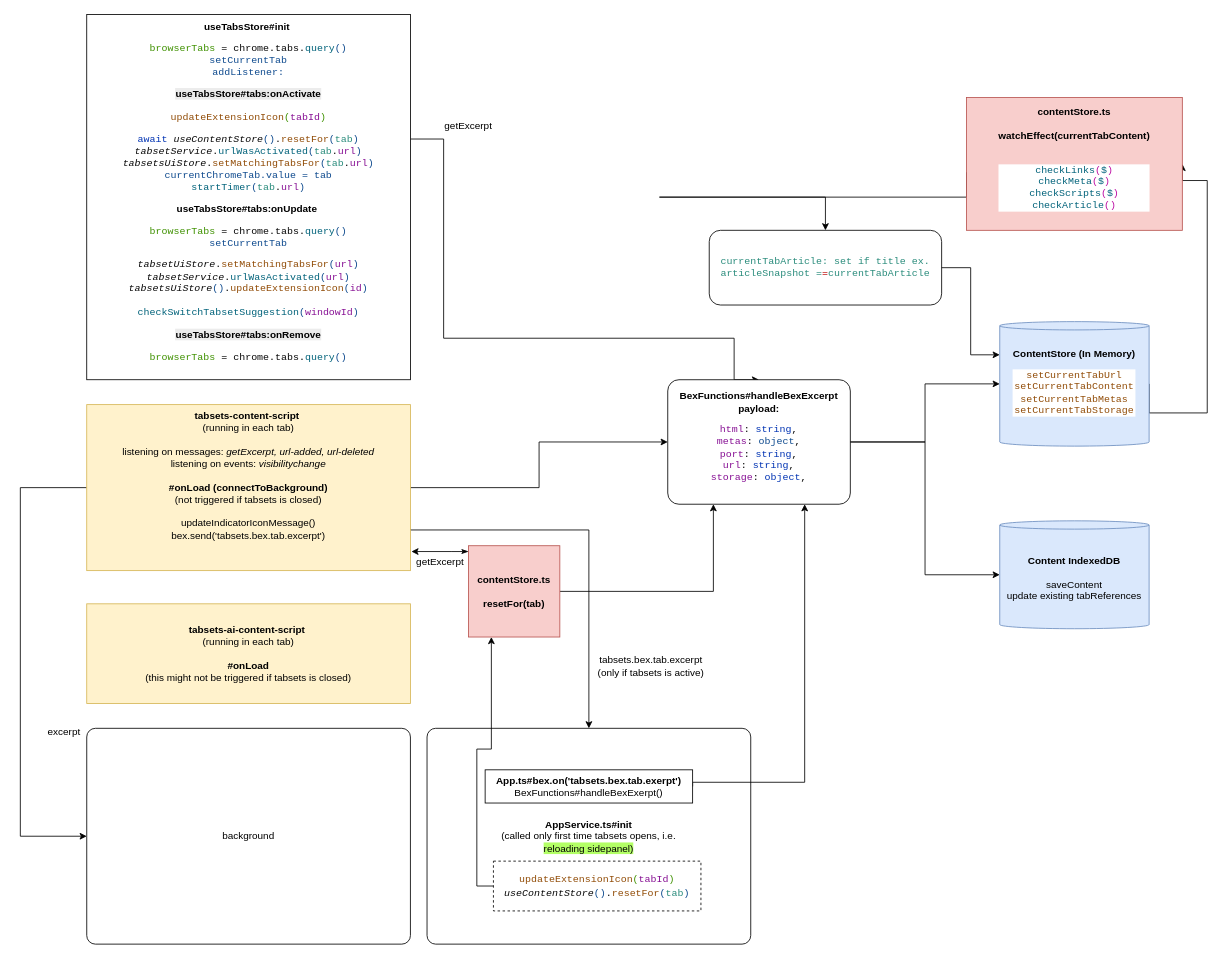
This is docs/drawio/contentStore.drawio from evandor/tabsets, a draw.io file, before an edit. Source tidied: cells renumbered, new cells numbered last; positions are measured from the earlier drawing's top-left corner, leaving out a move shared by most shapes. Both pictures are drawn from the tidied source at 83%, with x=0, y=0 at pixel (20, 14).
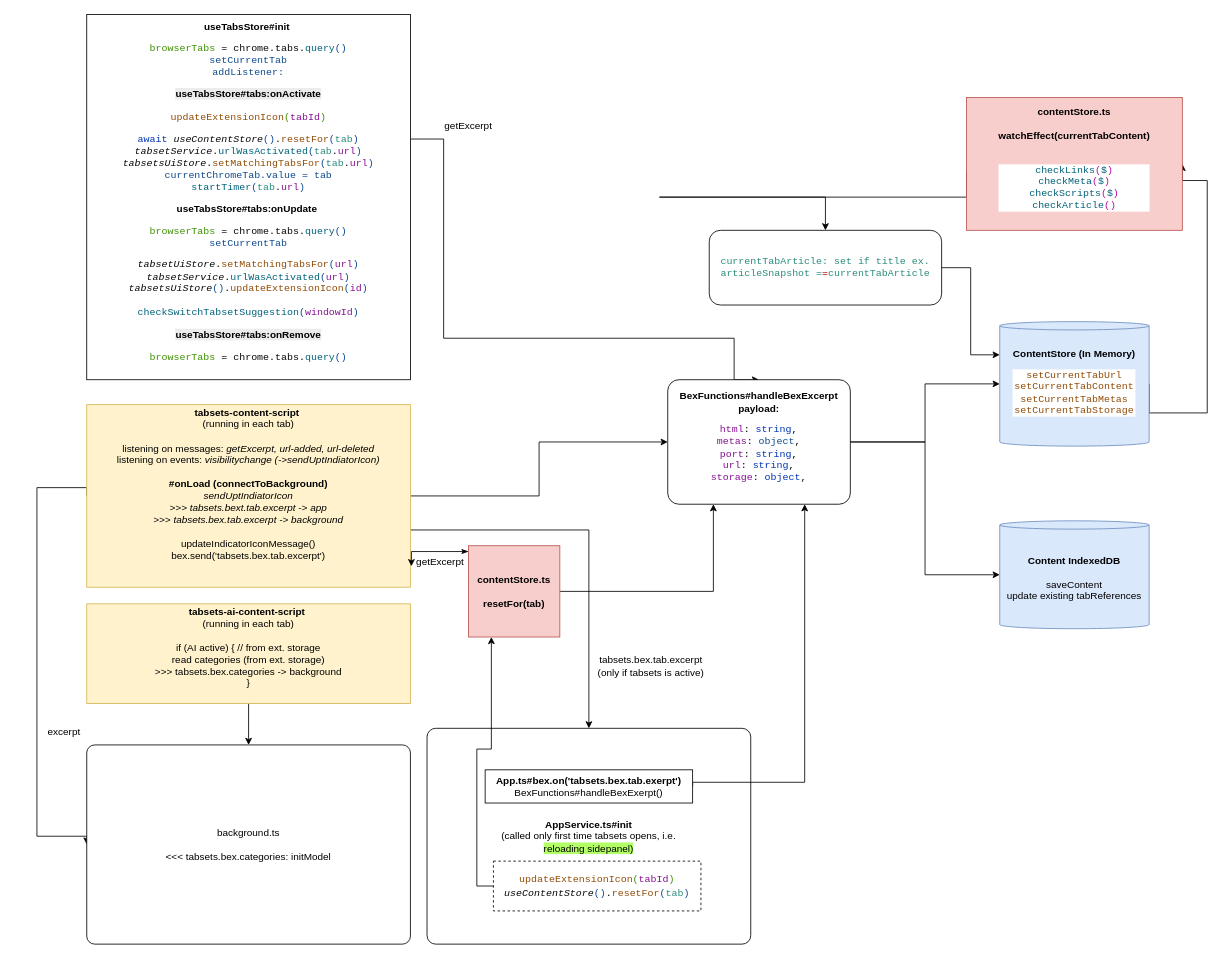
After the change.

The edit, as a diff of the source:
```diff
@@
     <mxCell id="4" style="edgeStyle=orthogonalEdgeStyle;rounded=0;jettySize=auto;html=1;entryX=0;entryY=0.5;entryDx=0;entryDy=0;exitX=0;exitY=0.5;exitDx=0;exitDy=0;" parent="1" edge="1" source="5" target="6">
       <mxGeometry relative="1" as="geometry">
         <Array as="points">
-          <mxPoint y="570" />
-          <mxPoint y="990" />
+          <mxPoint x="20" y="570" />
+          <mxPoint x="20" y="990" />
         </Array>
       </mxGeometry>
     </mxCell>
-    <mxCell id="5" value="&lt;b&gt;tabsets-content-script&amp;nbsp;&lt;/b&gt;&lt;br&gt;(running in each tab)&lt;div&gt;&lt;br&gt;&lt;/div&gt;&lt;div&gt;listening on messages: &lt;i&gt;getExcerpt, url-added, url-deleted&lt;/i&gt;&lt;br&gt;listening on events: &lt;i&gt;visibilitychange&lt;/i&gt;&lt;br&gt;&lt;div&gt;&lt;b&gt;&lt;br&gt;&lt;/b&gt;&lt;/div&gt;&lt;div&gt;&lt;b&gt;#onLoad (connectToBackground)&lt;/b&gt;&lt;/div&gt;&lt;div&gt;(not triggered if tabsets is closed)&lt;br&gt;&lt;br&gt;updateIndicatorIconMessage()&lt;/div&gt;&lt;div&gt;bex.send('tabsets.bex.tab.excerpt')&lt;/div&gt;&lt;div&gt;&lt;b&gt;&lt;br&gt;&lt;/b&gt;&lt;/div&gt;&lt;div&gt;&lt;br&gt;&lt;/div&gt;&lt;/div&gt;" style="rounded=0;whiteSpace=wrap;html=1;fillColor=#fff2cc;strokeColor=#d6b656;" parent="1" vertex="1">
-      <mxGeometry x="80" y="470" width="390" height="200" as="geometry" />
+    <mxCell id="5" value="&lt;b&gt;tabsets-content-script&amp;nbsp;&lt;/b&gt;&lt;br&gt;(running in each tab)&lt;div&gt;&lt;br&gt;&lt;/div&gt;&lt;div&gt;listening on messages: &lt;i&gt;getExcerpt, url-added, url-deleted&lt;/i&gt;&lt;br&gt;listening on events: &lt;i&gt;visibilitychange (-&amp;gt;sendUptIndiatorIcon)&lt;/i&gt;&lt;br&gt;&lt;div&gt;&lt;b&gt;&lt;br&gt;&lt;/b&gt;&lt;/div&gt;&lt;div&gt;&lt;b&gt;#onLoad (connectToBackground)&lt;/b&gt;&lt;/div&gt;&lt;div&gt;&lt;i&gt;sendUptIndiatorIcon&lt;/i&gt;&lt;/div&gt;&lt;div&gt;&lt;i&gt;&amp;gt;&amp;gt;&amp;gt; tabsets.bext.tab.excerpt -&amp;gt; app&lt;/i&gt;&lt;/div&gt;&lt;div&gt;&lt;i&gt;&amp;gt;&amp;gt;&amp;gt; tabsets.bex.tab.excerpt -&amp;gt; background&lt;br&gt;&lt;/i&gt;&lt;br&gt;updateIndicatorIconMessage()&lt;/div&gt;&lt;div&gt;bex.send('tabsets.bex.tab.excerpt')&lt;/div&gt;&lt;div&gt;&lt;b&gt;&lt;br&gt;&lt;/b&gt;&lt;/div&gt;&lt;div&gt;&lt;br&gt;&lt;/div&gt;&lt;/div&gt;" style="rounded=0;whiteSpace=wrap;html=1;fillColor=#fff2cc;strokeColor=#d6b656;" parent="1" vertex="1">
+      <mxGeometry x="80" y="470" width="390" height="220" as="geometry" />
     </mxCell>
-    <mxCell id="6" value="background" style="rounded=1;whiteSpace=wrap;html=1;arcSize=4;" parent="1" vertex="1">
-      <mxGeometry x="80" y="860" width="390" height="260" as="geometry" />
+    <mxCell id="6" value="background.ts&lt;div&gt;&lt;br&gt;&lt;/div&gt;&lt;div&gt;&amp;lt;&amp;lt;&amp;lt; tabsets.bex.categories: initModel&lt;/div&gt;" style="rounded=1;whiteSpace=wrap;html=1;arcSize=4;" parent="1" vertex="1">
+      <mxGeometry x="80" y="880" width="390" height="240" as="geometry" />
     </mxCell>
@@
+    <mxCell id="32" style="edgeStyle=orthogonalEdgeStyle;rounded=0;jettySize=auto;html=1;entryX=0.5;entryY=0;entryDx=0;entryDy=0;" parent="1" edge="1" source="20" target="6">
+      <mxGeometry relative="1" as="geometry" />
+    </mxCell>
-    <mxCell id="20" value="&lt;b&gt;tabsets-ai-content-script&amp;nbsp;&lt;/b&gt;&lt;br&gt;(running in each tab)&lt;br&gt;&lt;div&gt;&lt;b&gt;&lt;br&gt;&lt;/b&gt;&lt;/div&gt;&lt;div&gt;&lt;b&gt;#onLoad&lt;/b&gt;&lt;/div&gt;&lt;div&gt;(this might not be triggered if tabsets is closed)&lt;/div&gt;" style="rounded=0;whiteSpace=wrap;html=1;fillColor=#fff2cc;strokeColor=#d6b656;" parent="1" vertex="1">
+    <mxCell id="20" value="&lt;b&gt;tabsets-ai-content-script&amp;nbsp;&lt;/b&gt;&lt;br&gt;(running in each tab)&lt;br&gt;&lt;div&gt;&lt;b&gt;&lt;br&gt;&lt;/b&gt;&lt;/div&gt;&lt;div&gt;if (AI active) { // from ext. storage&lt;/div&gt;&lt;div&gt;read categories (from ext. storage)&lt;/div&gt;&lt;div&gt;&amp;gt;&amp;gt;&amp;gt; tabsets.bex.categories -&amp;gt; background&lt;/div&gt;&lt;div&gt;}&lt;/div&gt;&lt;div&gt;&lt;br&gt;&lt;/div&gt;" style="rounded=0;whiteSpace=wrap;html=1;fillColor=#fff2cc;strokeColor=#d6b656;" parent="1" vertex="1">
       <mxGeometry x="80" y="710" width="390" height="120" as="geometry" />
     </mxCell>
```
